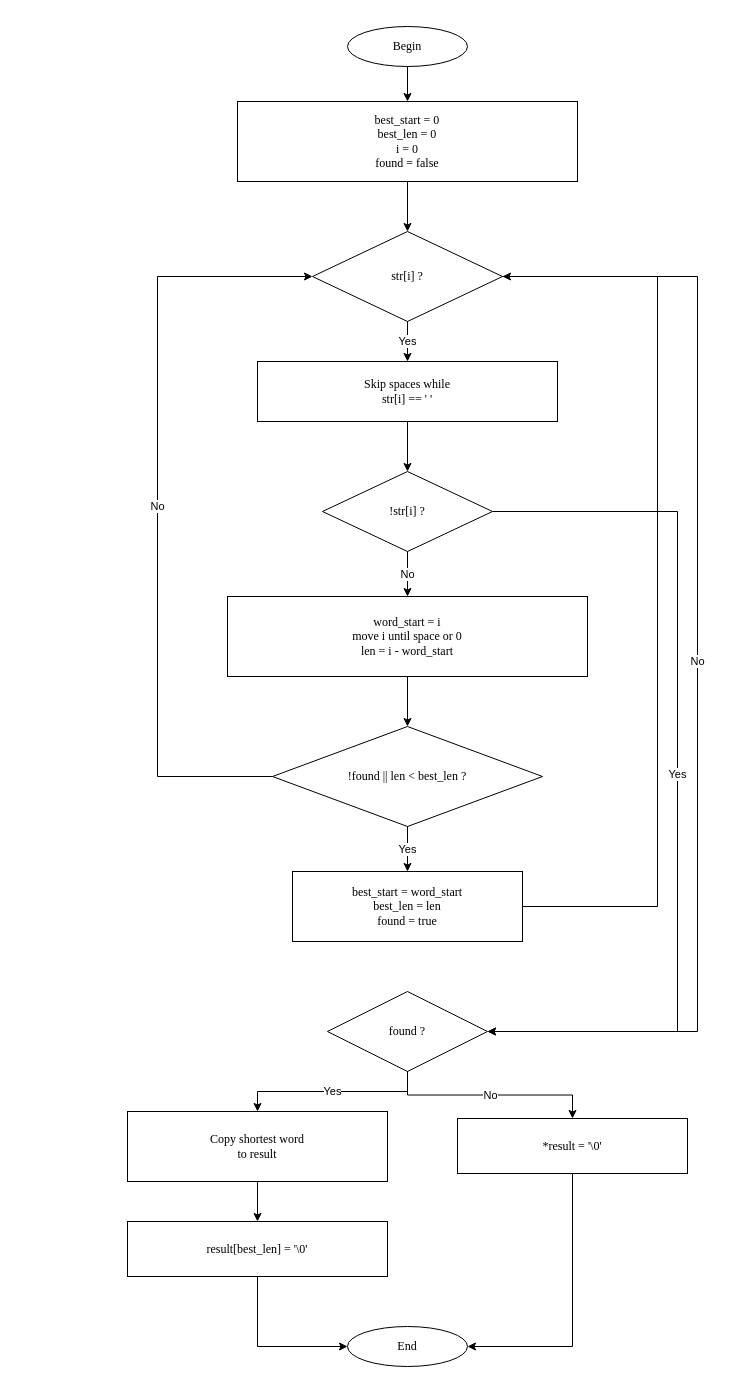
Earlier version of the draw.io diagram page "shortestWord char*" (1 of 3) of LAB2_1/LAB2_1.drawio (st93642/TSI). Source tidied: cells renumbered, new cells numbered last; positions are measured from the earlier drawing's top-left corner, leaving out a move shared by most shapes. Both pictures are drawn from the tidied source at 100%, with x=0, y=0 at pixel (127, 26).
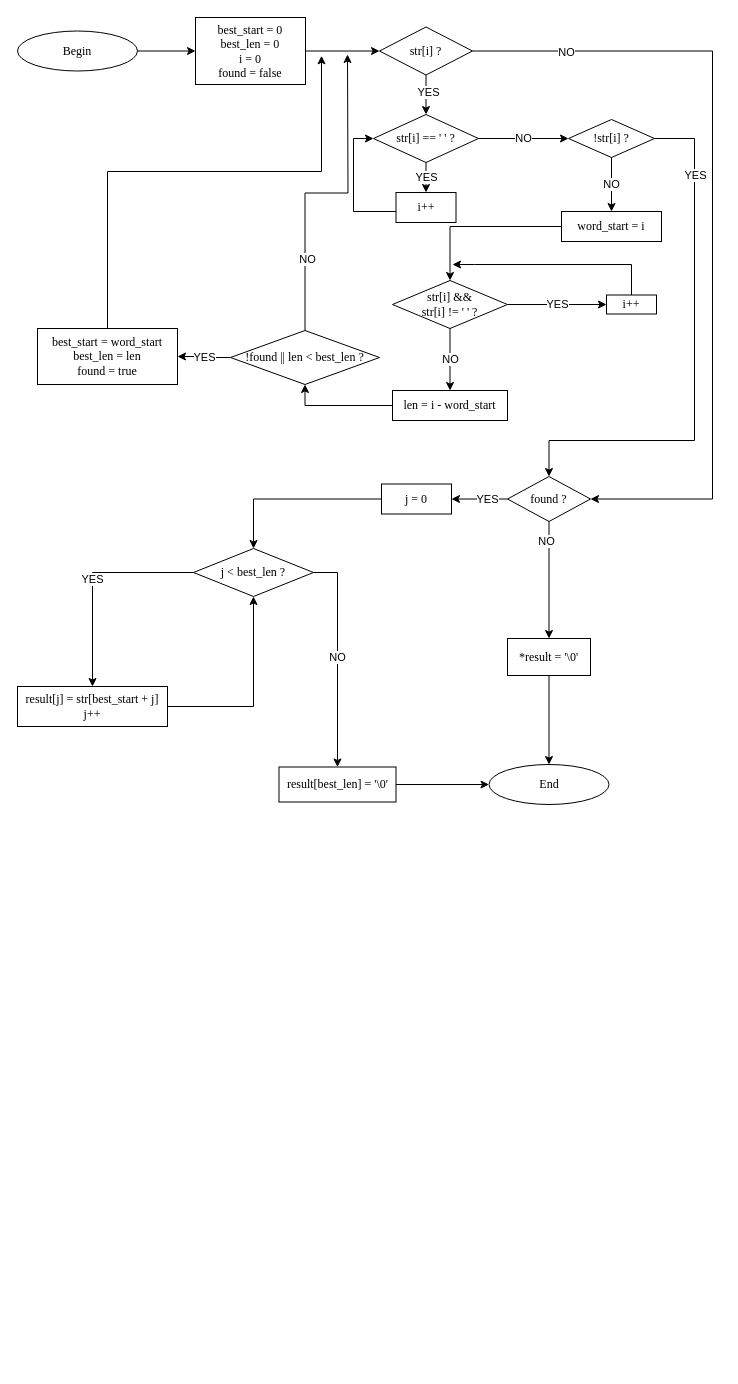
The same diagram, later.

Change to the diagram source:
```diff
@@
+    <mxCell id="15" style="edgeStyle=orthogonalEdgeStyle;rounded=0;jettySize=auto;html=1;" parent="1" edge="1" source="2" target="3">
+      <mxGeometry relative="1" as="geometry" />
+    </mxCell>
     <mxCell id="2" value="Begin" style="ellipse;whiteSpace=wrap;html=1;fontFamily=Times New Roman;fontSize=12;" parent="1" vertex="1">
-      <mxGeometry x="220" width="120" height="40" as="geometry" />
+      <mxGeometry x="-110" y="4.5" width="120" height="40" as="geometry" />
     </mxCell>
+    <mxCell id="16" style="edgeStyle=orthogonalEdgeStyle;rounded=0;jettySize=auto;html=1;" parent="1" edge="1" source="3" target="4">
+      <mxGeometry relative="1" as="geometry" />
+    </mxCell>
     <mxCell id="3" value="best_start = 0&lt;br&gt;best_len = 0&lt;br&gt;i = 0&lt;br&gt;found = false" style="rounded=0;whiteSpace=wrap;html=1;fontFamily=Times New Roman;fontSize=12;" parent="1" vertex="1">
-      <mxGeometry x="110" y="75" width="340" height="80" as="geometry" />
+      <mxGeometry x="68" y="-9" width="110" height="67" as="geometry" />
     </mxCell>
+    <mxCell id="17" style="edgeStyle=orthogonalEdgeStyle;rounded=0;jettySize=auto;html=1;" parent="1" edge="1" source="4" target="5">
+      <mxGeometry relative="1" as="geometry" />
+    </mxCell>
+    <mxCell id="31" value="YES" style="edgeLabel;html=1;align=center;verticalAlign=middle;" parent="17" vertex="1">
+      <mxGeometry x="-0.14" y="2" relative="1" as="geometry" />
+    </mxCell>
+    <mxCell id="24" style="edgeStyle=orthogonalEdgeStyle;rounded=0;jettySize=auto;html=1;entryX=1;entryY=0.5;entryDx=0;entryDy=0;" parent="1" edge="1" source="4" target="10">
+      <mxGeometry relative="1" as="geometry">
+        <Array as="points">
+          <mxPoint x="585" y="25" />
+          <mxPoint x="585" y="473" />
+        </Array>
+      </mxGeometry>
+    </mxCell>
+    <mxCell id="32" value="NO" style="edgeLabel;html=1;align=center;verticalAlign=middle;" parent="24" vertex="1">
+      <mxGeometry x="-0.77" y="-1" relative="1" as="geometry" />
+    </mxCell>
     <mxCell id="4" value="str[i] ?" style="rhombus;whiteSpace=wrap;html=1;fontFamily=Times New Roman;fontSize=12;" parent="1" vertex="1">
-      <mxGeometry x="185" y="205" width="190" height="90" as="geometry" />
+      <mxGeometry x="252" y="0.5" width="93" height="48" as="geometry" />
     </mxCell>
-    <mxCell id="5" value="Skip spaces while&lt;br&gt;str[i] == ' '" style="rounded=0;whiteSpace=wrap;html=1;fontFamily=Times New Roman;fontSize=12;" parent="1" vertex="1">
-      <mxGeometry x="130" y="335" width="300" height="60" as="geometry" />
+    <mxCell id="5" value="str[i] == ' ' ?" style="rhombus;whiteSpace=wrap;html=1;fontFamily=Times New Roman;fontSize=12;" parent="1" vertex="1">
+      <mxGeometry x="246" y="88" width="105" height="48" as="geometry" />
     </mxCell>
+    <mxCell id="33" style="edgeStyle=orthogonalEdgeStyle;rounded=0;jettySize=auto;html=1;entryX=0;entryY=0.5;entryDx=0;entryDy=0;" parent="1" edge="1" source="34" target="5">
+      <mxGeometry relative="1" as="geometry">
+        <Array as="points">
+          <mxPoint x="226" y="185" />
+          <mxPoint x="226" y="112" />
+        </Array>
+      </mxGeometry>
+    </mxCell>
+    <mxCell id="34" value="i++" style="rounded=0;whiteSpace=wrap;html=1;fontFamily=Times New Roman;fontSize=12;" parent="1" vertex="1">
+      <mxGeometry x="268.5" y="166" width="60" height="30" as="geometry" />
+    </mxCell>
+    <mxCell id="35" value="YES" style="edgeStyle=orthogonalEdgeStyle;rounded=0;jettySize=auto;html=1;" parent="1" edge="1" source="5" target="34">
+      <mxGeometry relative="1" as="geometry" />
+    </mxCell>
+    <mxCell id="25" style="edgeStyle=orthogonalEdgeStyle;rounded=0;jettySize=auto;html=1;entryX=0.5;entryY=0;entryDx=0;entryDy=0;" parent="1" edge="1" source="6" target="10">
+      <mxGeometry relative="1" as="geometry">
+        <Array as="points">
+          <mxPoint x="567" y="112" />
+          <mxPoint x="567" y="414" />
+          <mxPoint x="422" y="414" />
+        </Array>
+      </mxGeometry>
+    </mxCell>
+    <mxCell id="36" value="YES" style="edgeLabel;html=1;align=center;verticalAlign=middle;" parent="25" vertex="1">
+      <mxGeometry x="-0.71" relative="1" as="geometry" />
+    </mxCell>
     <mxCell id="6" value="!str[i] ?" style="rhombus;whiteSpace=wrap;html=1;fontFamily=Times New Roman;fontSize=12;" parent="1" vertex="1">
-      <mxGeometry x="195" y="445" width="170" height="80" as="geometry" />
+      <mxGeometry x="441" y="93" width="86" height="38" as="geometry" />
     </mxCell>
+    <mxCell id="37" value="word_start = i" style="rounded=0;whiteSpace=wrap;html=1;fontFamily=Times New Roman;fontSize=12;" parent="1" vertex="1">
+      <mxGeometry x="434" y="185" width="100" height="30" as="geometry" />
+    </mxCell>
-    <mxCell id="7" value="word_start = i&lt;br&gt;move i until space or 0&lt;br&gt;len = i - word_start" style="rounded=0;whiteSpace=wrap;html=1;fontFamily=Times New Roman;fontSize=12;" parent="1" vertex="1">
-      <mxGeometry x="100" y="570" width="360" height="80" as="geometry" />
+    <mxCell id="7" value="str[i] &amp;&amp;&lt;br&gt;str[i] != ' ' ?" style="rhombus;whiteSpace=wrap;html=1;fontFamily=Times New Roman;fontSize=12;" parent="1" vertex="1">
+      <mxGeometry x="265" y="254" width="115" height="48" as="geometry" />
     </mxCell>
+    <mxCell id="38" value="i++" style="rounded=0;whiteSpace=wrap;html=1;fontFamily=Times New Roman;fontSize=12;" parent="1" vertex="1">
+      <mxGeometry x="479" y="268.5" width="50" height="19" as="geometry" />
+    </mxCell>
+    <mxCell id="39" value="len = i - word_start" style="rounded=0;whiteSpace=wrap;html=1;fontFamily=Times New Roman;fontSize=12;" parent="1" vertex="1">
+      <mxGeometry x="265" y="364" width="115" height="30" as="geometry" />
+    </mxCell>
+    <mxCell id="40" style="edgeStyle=orthogonalEdgeStyle;rounded=0;jettySize=auto;html=1;" parent="1" edge="1" source="37" target="7">
+      <mxGeometry relative="1" as="geometry" />
+    </mxCell>
+    <mxCell id="41" value="YES" style="edgeStyle=orthogonalEdgeStyle;rounded=0;jettySize=auto;html=1;" parent="1" edge="1" source="7" target="38">
+      <mxGeometry relative="1" as="geometry" />
+    </mxCell>
+    <mxCell id="42" value="NO" style="edgeStyle=orthogonalEdgeStyle;rounded=0;jettySize=auto;html=1;" parent="1" edge="1" source="7" target="39">
+      <mxGeometry relative="1" as="geometry" />
+    </mxCell>
+    <mxCell id="43" style="edgeStyle=orthogonalEdgeStyle;rounded=0;jettySize=auto;html=1;" parent="1" edge="1" source="8">
+      <mxGeometry relative="1" as="geometry">
+        <mxPoint x="220" y="28" as="targetPoint" />
+      </mxGeometry>
+    </mxCell>
+    <mxCell id="44" value="NO" style="edgeLabel;html=1;align=center;verticalAlign=middle;" parent="43" vertex="1">
+      <mxGeometry x="-0.55" y="-1" relative="1" as="geometry">
+        <mxPoint x="1" as="offset" />
+      </mxGeometry>
+    </mxCell>
     <mxCell id="8" value="!found || len &lt; best_len ?" style="rhombus;whiteSpace=wrap;html=1;fontFamily=Times New Roman;fontSize=12;" parent="1" vertex="1">
-      <mxGeometry x="145" y="700" width="270" height="100" as="geometry" />
+      <mxGeometry x="103" y="304" width="149" height="54" as="geometry" />
     </mxCell>
+    <mxCell id="45" style="edgeStyle=orthogonalEdgeStyle;rounded=0;jettySize=auto;html=1;" parent="1" edge="1" source="9">
+      <mxGeometry relative="1" as="geometry">
+        <mxPoint x="194" y="29.3" as="targetPoint" />
+        <Array as="points">
+          <mxPoint x="-20" y="145" />
+          <mxPoint x="194" y="145" />
+        </Array>
+      </mxGeometry>
+    </mxCell>
     <mxCell id="9" value="best_start = word_start&lt;br&gt;best_len = len&lt;br&gt;found = true" style="rounded=0;whiteSpace=wrap;html=1;fontFamily=Times New Roman;fontSize=12;" parent="1" vertex="1">
-      <mxGeometry x="165" y="845" width="230" height="70" as="geometry" />
+      <mxGeometry x="-90" y="302" width="140" height="56" as="geometry" />
     </mxCell>
+    <mxCell id="29" style="edgeStyle=orthogonalEdgeStyle;rounded=0;jettySize=auto;html=1;entryX=0.5;entryY=0;entryDx=0;entryDy=0;exitX=0.5;exitY=1;exitDx=0;exitDy=0;" parent="1" edge="1" source="10" target="13">
+      <mxGeometry relative="1" as="geometry" />
+    </mxCell>
+    <mxCell id="46" value="NO" style="edgeLabel;html=1;align=center;verticalAlign=middle;" parent="29" vertex="1">
+      <mxGeometry x="-0.68" y="-3" relative="1" as="geometry" />
+    </mxCell>
+    <mxCell id="47" style="edgeStyle=orthogonalEdgeStyle;rounded=0;jettySize=auto;html=1;entryX=1;entryY=0.5;entryDx=0;entryDy=0;" parent="1" edge="1" source="10" target="49">
+      <mxGeometry relative="1" as="geometry" />
+    </mxCell>
+    <mxCell id="48" value="YES" style="edgeLabel;html=1;align=center;verticalAlign=middle;" parent="47" vertex="1">
+      <mxGeometry x="-0.26" relative="1" as="geometry" />
+    </mxCell>
     <mxCell id="10" value="found ?" style="rhombus;whiteSpace=wrap;html=1;fontFamily=Times New Roman;fontSize=12;" parent="1" vertex="1">
-      <mxGeometry x="200" y="965" width="160" height="80" as="geometry" />
+      <mxGeometry x="380" y="450" width="83" height="45" as="geometry" />
     </mxCell>
+    <mxCell id="49" value="j = 0" style="rounded=0;whiteSpace=wrap;html=1;fontFamily=Times New Roman;fontSize=12;" parent="1" vertex="1">
+      <mxGeometry x="254" y="457.5" width="70" height="30" as="geometry" />
+    </mxCell>
-    <mxCell id="11" value="Copy shortest word&lt;br&gt;to result" style="rounded=0;whiteSpace=wrap;html=1;fontFamily=Times New Roman;fontSize=12;" parent="1" vertex="1">
-      <mxGeometry y="1085" width="260" height="70" as="geometry" />
+    <mxCell id="11" value="j &lt; best_len ?" style="rhombus;whiteSpace=wrap;html=1;fontFamily=Times New Roman;fontSize=12;" parent="1" vertex="1">
+      <mxGeometry x="66" y="522" width="120" height="48" as="geometry" />
     </mxCell>
+    <mxCell id="50" style="edgeStyle=orthogonalEdgeStyle;rounded=0;jettySize=auto;html=1;entryX=0.5;entryY=1;entryDx=0;entryDy=0;" parent="1" edge="1" source="51" target="11">
+      <mxGeometry relative="1" as="geometry" />
+    </mxCell>
+    <mxCell id="51" value="result[j] = str[best_start + j]&lt;br&gt;j++" style="rounded=0;whiteSpace=wrap;html=1;fontFamily=Times New Roman;fontSize=12;" parent="1" vertex="1">
+      <mxGeometry x="-110" y="660" width="150" height="40" as="geometry" />
+    </mxCell>
+    <mxCell id="52" style="edgeStyle=orthogonalEdgeStyle;rounded=0;jettySize=auto;html=1;" parent="1" edge="1" source="49" target="11">
+      <mxGeometry relative="1" as="geometry" />
+    </mxCell>
+    <mxCell id="53" value="YES" style="edgeStyle=orthogonalEdgeStyle;rounded=0;jettySize=auto;html=1;" parent="1" edge="1" source="11" target="51">
+      <mxGeometry relative="1" as="geometry" />
+    </mxCell>
+    <mxCell id="28" style="edgeStyle=orthogonalEdgeStyle;rounded=0;jettySize=auto;html=1;entryX=0;entryY=0.5;entryDx=0;entryDy=0;" parent="1" edge="1" source="12" target="14">
+      <mxGeometry relative="1" as="geometry" />
+    </mxCell>
     <mxCell id="12" value="result[best_len] = '\0'" style="rounded=0;whiteSpace=wrap;html=1;fontFamily=Times New Roman;fontSize=12;" parent="1" vertex="1">
-      <mxGeometry y="1195" width="260" height="55" as="geometry" />
+      <mxGeometry x="151.5" y="740.5" width="117" height="35" as="geometry" />
     </mxCell>
+    <mxCell id="30" style="edgeStyle=orthogonalEdgeStyle;rounded=0;jettySize=auto;html=1;entryX=0.5;entryY=0;entryDx=0;entryDy=0;" parent="1" edge="1" source="13" target="14">
+      <mxGeometry relative="1" as="geometry" />
+    </mxCell>
     <mxCell id="13" value="*result = '\0'" style="rounded=0;whiteSpace=wrap;html=1;fontFamily=Times New Roman;fontSize=12;" parent="1" vertex="1">
-      <mxGeometry x="330" y="1092" width="230" height="55" as="geometry" />
+      <mxGeometry x="380" y="612" width="83" height="37" as="geometry" />
     </mxCell>
     <mxCell id="14" value="End" style="ellipse;whiteSpace=wrap;html=1;fontFamily=Times New Roman;fontSize=12;" parent="1" vertex="1">
-      <mxGeometry x="220" y="1300" width="120" height="40" as="geometry" />
+      <mxGeometry x="361.5" y="738" width="120" height="40" as="geometry" />
     </mxCell>
-    <mxCell id="15" style="edgeStyle=orthogonalEdgeStyle;rounded=0;jettySize=auto;html=1;" parent="1" edge="1" source="2" target="3">
-      <mxGeometry relative="1" as="geometry" />
-    </mxCell>
-    <mxCell id="16" style="edgeStyle=orthogonalEdgeStyle;rounded=0;jettySize=auto;html=1;" parent="1" edge="1" source="3" target="4">
-      <mxGeometry relative="1" as="geometry" />
-    </mxCell>
-    <mxCell id="17" value="Yes" style="edgeStyle=orthogonalEdgeStyle;rounded=0;jettySize=auto;html=1;" parent="1" edge="1" source="4" target="5">
-      <mxGeometry relative="1" as="geometry" />
-    </mxCell>
-    <mxCell id="18" style="edgeStyle=orthogonalEdgeStyle;rounded=0;jettySize=auto;html=1;" parent="1" edge="1" source="5" target="6">
+    <mxCell id="18" value="NO" style="edgeStyle=orthogonalEdgeStyle;rounded=0;jettySize=auto;html=1;" parent="1" edge="1" source="5" target="6">
       <mxGeometry relative="1" as="geometry" />
     </mxCell>
-    <mxCell id="19" value="No" style="edgeStyle=orthogonalEdgeStyle;rounded=0;jettySize=auto;html=1;" parent="1" edge="1" source="6" target="7">
+    <mxCell id="19" value="NO" style="edgeStyle=orthogonalEdgeStyle;rounded=0;jettySize=auto;html=1;" parent="1" edge="1" source="6" target="37">
       <mxGeometry relative="1" as="geometry" />
     </mxCell>
-    <mxCell id="20" style="edgeStyle=orthogonalEdgeStyle;rounded=0;jettySize=auto;html=1;" parent="1" edge="1" source="7" target="8">
+    <mxCell id="20" style="edgeStyle=orthogonalEdgeStyle;rounded=0;jettySize=auto;html=1;" parent="1" edge="1" source="39" target="8">
       <mxGeometry relative="1" as="geometry" />
     </mxCell>
-    <mxCell id="21" value="Yes" style="edgeStyle=orthogonalEdgeStyle;rounded=0;jettySize=auto;html=1;" parent="1" edge="1" source="8" target="9">
+    <mxCell id="21" value="YES" style="edgeStyle=orthogonalEdgeStyle;rounded=0;jettySize=auto;html=1;" parent="1" edge="1" source="8" target="9">
       <mxGeometry relative="1" as="geometry" />
     </mxCell>
-    <mxCell id="22" style="edgeStyle=orthogonalEdgeStyle;rounded=0;jettySize=auto;html=1;" parent="1" edge="1" source="9" target="4">
-      <mxGeometry relative="1" as="geometry">
-        <Array as="points">
-          <mxPoint x="530" y="880" />
-          <mxPoint x="530" y="250" />
-        </Array>
-      </mxGeometry>
-    </mxCell>
-    <mxCell id="23" value="No" style="edgeStyle=orthogonalEdgeStyle;rounded=0;jettySize=auto;html=1;" parent="1" edge="1" source="8" target="4">
-      <mxGeometry relative="1" as="geometry">
-        <Array as="points">
-          <mxPoint x="30" y="750" />
-          <mxPoint x="30" y="250" />
-        </Array>
-      </mxGeometry>
-    </mxCell>
-    <mxCell id="24" value="No" style="edgeStyle=orthogonalEdgeStyle;rounded=0;jettySize=auto;html=1;" parent="1" edge="1" source="4" target="10">
-      <mxGeometry relative="1" as="geometry">
-        <Array as="points">
-          <mxPoint x="570" y="250" />
-          <mxPoint x="570" y="1005" />
-        </Array>
-      </mxGeometry>
-    </mxCell>
-    <mxCell id="25" value="Yes" style="edgeStyle=orthogonalEdgeStyle;rounded=0;jettySize=auto;html=1;" parent="1" edge="1" source="6" target="10">
-      <mxGeometry relative="1" as="geometry">
-        <Array as="points">
-          <mxPoint x="550" y="485" />
-          <mxPoint x="550" y="1005" />
-        </Array>
-      </mxGeometry>
-    </mxCell>
-    <mxCell id="26" value="Yes" style="edgeStyle=orthogonalEdgeStyle;rounded=0;jettySize=auto;html=1;" parent="1" edge="1" source="10" target="11">
-      <mxGeometry relative="1" as="geometry" />
-    </mxCell>
-    <mxCell id="27" style="edgeStyle=orthogonalEdgeStyle;rounded=0;jettySize=auto;html=1;" parent="1" edge="1" source="11" target="12">
+    <mxCell id="27" value="NO" style="edgeStyle=orthogonalEdgeStyle;rounded=0;jettySize=auto;html=1;exitX=1;exitY=0.5;exitDx=0;exitDy=0;" parent="1" edge="1" source="11" target="12">
       <mxGeometry relative="1" as="geometry" />
     </mxCell>
-    <mxCell id="28" style="edgeStyle=orthogonalEdgeStyle;rounded=0;jettySize=auto;html=1;" parent="1" edge="1" source="12" target="14">
-      <mxGeometry relative="1" as="geometry">
-        <Array as="points">
-          <mxPoint x="130" y="1320" />
-        </Array>
-      </mxGeometry>
-    </mxCell>
-    <mxCell id="29" value="No" style="edgeStyle=orthogonalEdgeStyle;rounded=0;jettySize=auto;html=1;" parent="1" edge="1" source="10" target="13">
-      <mxGeometry relative="1" as="geometry" />
-    </mxCell>
-    <mxCell id="30" style="edgeStyle=orthogonalEdgeStyle;rounded=0;jettySize=auto;html=1;" parent="1" edge="1" source="13" target="14">
-      <mxGeometry relative="1" as="geometry">
-        <Array as="points">
-          <mxPoint x="445" y="1320" />
-        </Array>
-      </mxGeometry>
-    </mxCell>
+    <mxCell id="54" style="edgeStyle=orthogonalEdgeStyle;rounded=0;jettySize=auto;html=1;exitX=0.5;exitY=0;exitDx=0;exitDy=0;" parent="1" edge="1" source="38">
+      <mxGeometry relative="1" as="geometry">
+        <mxPoint x="325" y="238" as="targetPoint" />
+        <Array as="points">
+          <mxPoint x="504" y="238" />
+          <mxPoint x="347" y="238" />
+        </Array>
+      </mxGeometry>
+    </mxCell>
```
